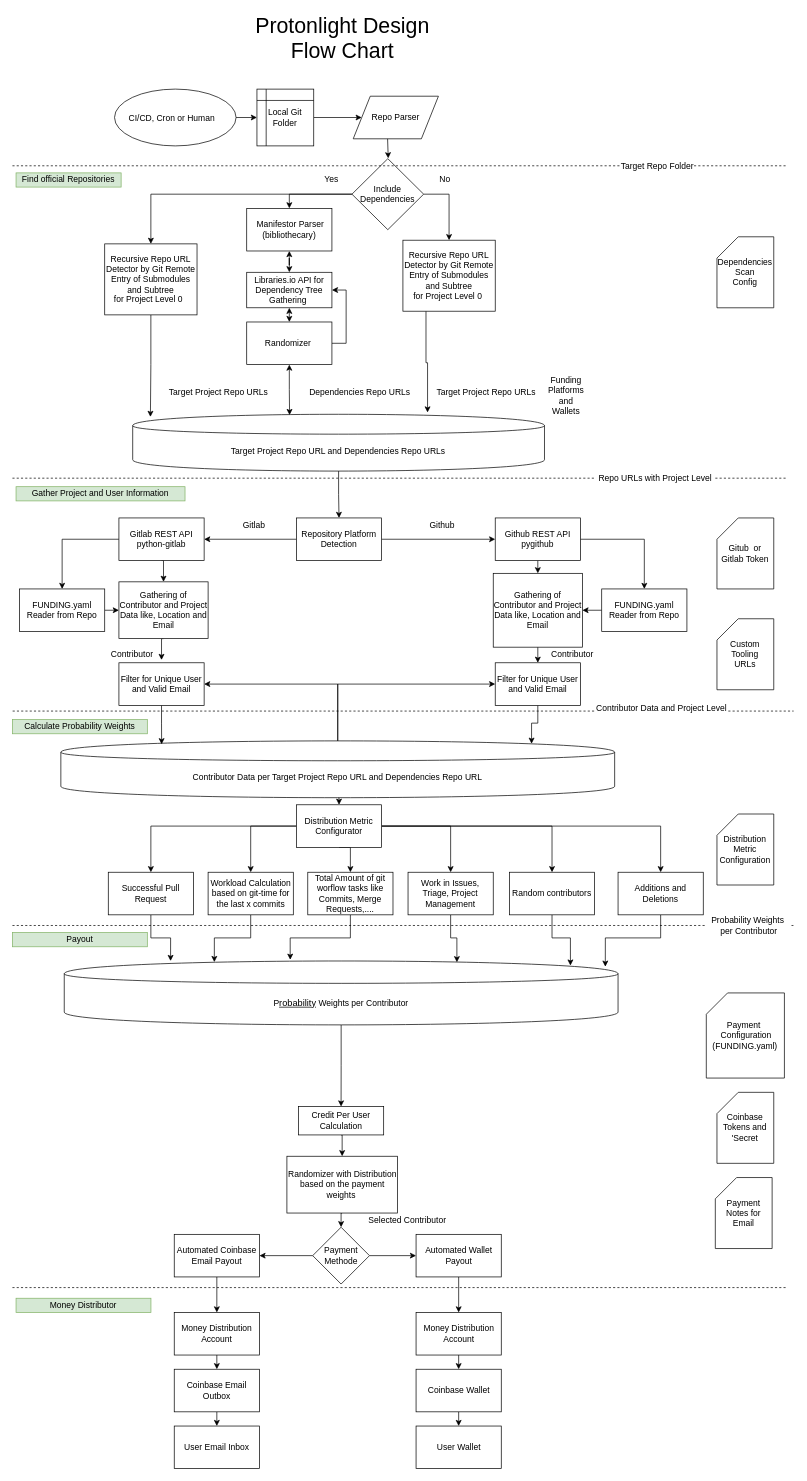
Above: docs/design/protonlight.drawio in protontypes/LibreSelery (draw.io), before the change. Source tidied: cells renumbered, new cells numbered last; positions are measured from the earlier drawing's top-left corner, leaving out a move shared by most shapes. Both pictures are drawn from the tidied source at 71%, with x=0, y=0 at pixel (12, 23).
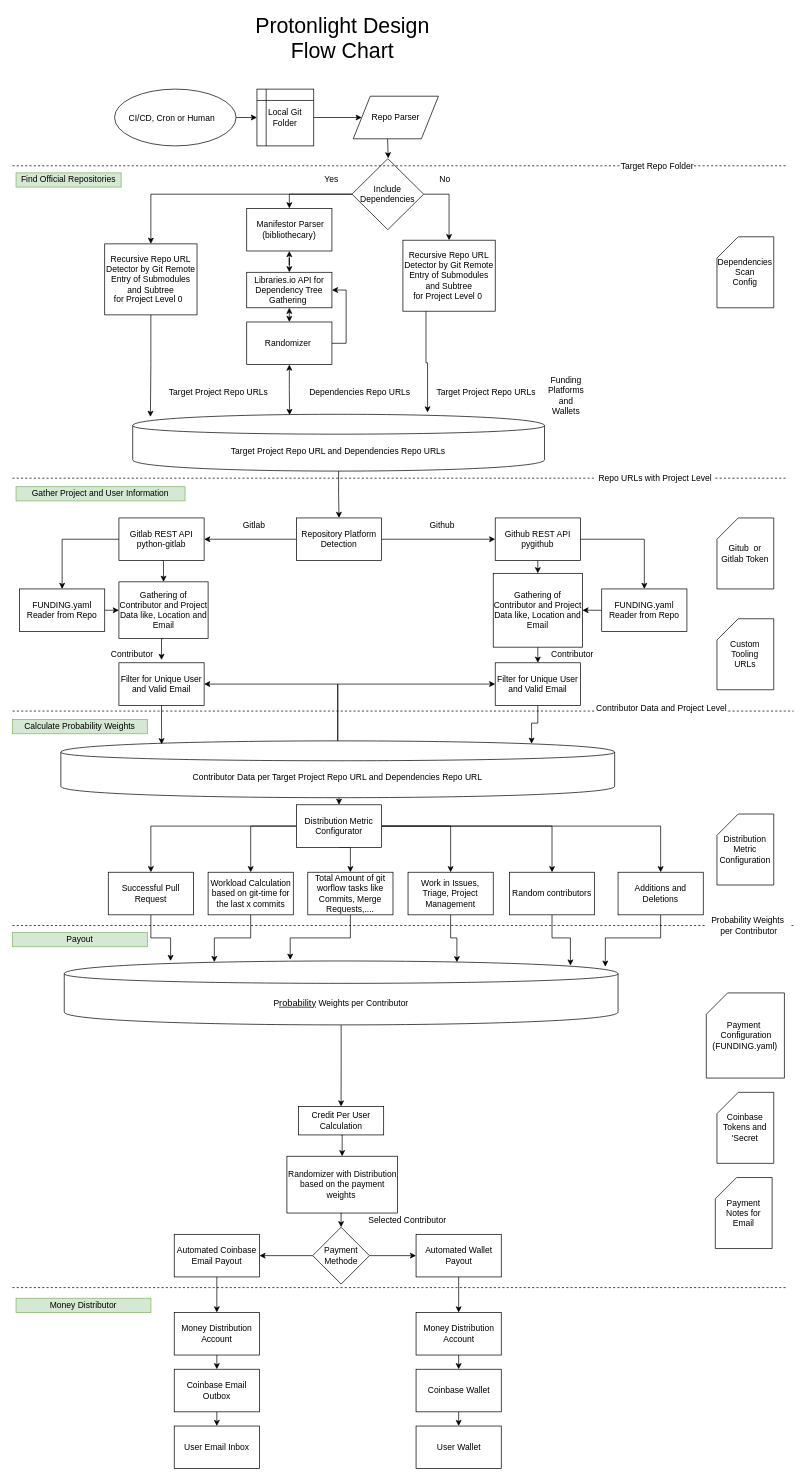
The same page after the edit.

Commit message (it also covers changes not shown here):
added section from design to code

The edit, as a diff of the source:
```diff
@@
-    <mxCell id="116" value="Find official Repositories" style="text;html=1;strokeColor=#82b366;fillColor=#d5e8d4;align=center;verticalAlign=middle;whiteSpace=wrap;rounded=0;" parent="1" vertex="1">
+    <mxCell id="116" value="Find Official Repositories" style="text;html=1;strokeColor=#82b366;fillColor=#d5e8d4;align=center;verticalAlign=middle;whiteSpace=wrap;rounded=0;" parent="1" vertex="1">
       <mxGeometry x="5.1" y="210" width="148" height="20" as="geometry" />
     </mxCell>
```
